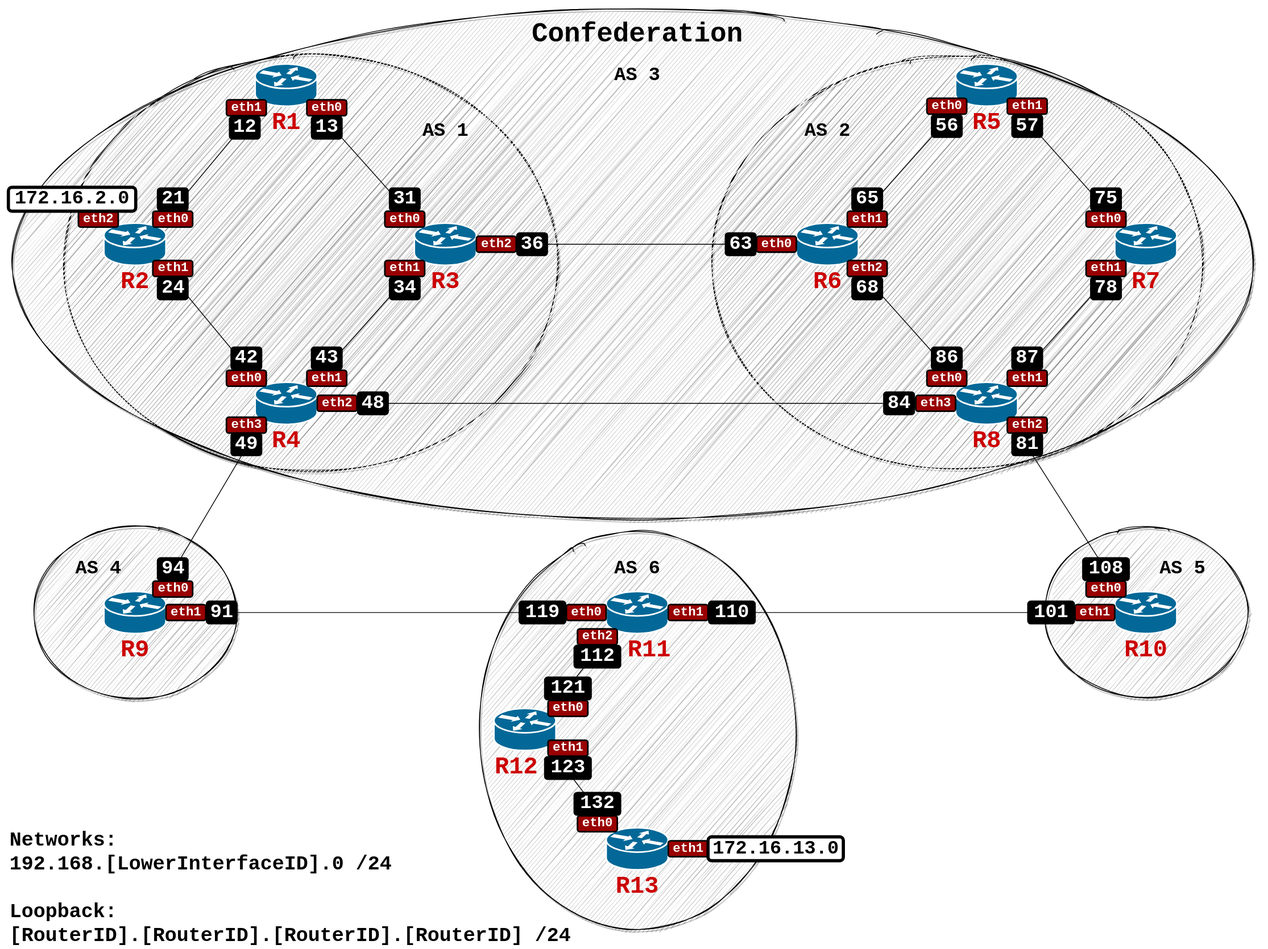
Earlier version of the draw.io export Confederation.svg (kkurczab/BGP-Route-Reflectors-and-Confederations-Kathara). Source tidied: cells renumbered, new cells last; positions are measured from the earlier drawing's top-left corner, leaving out a move shared by most shapes.
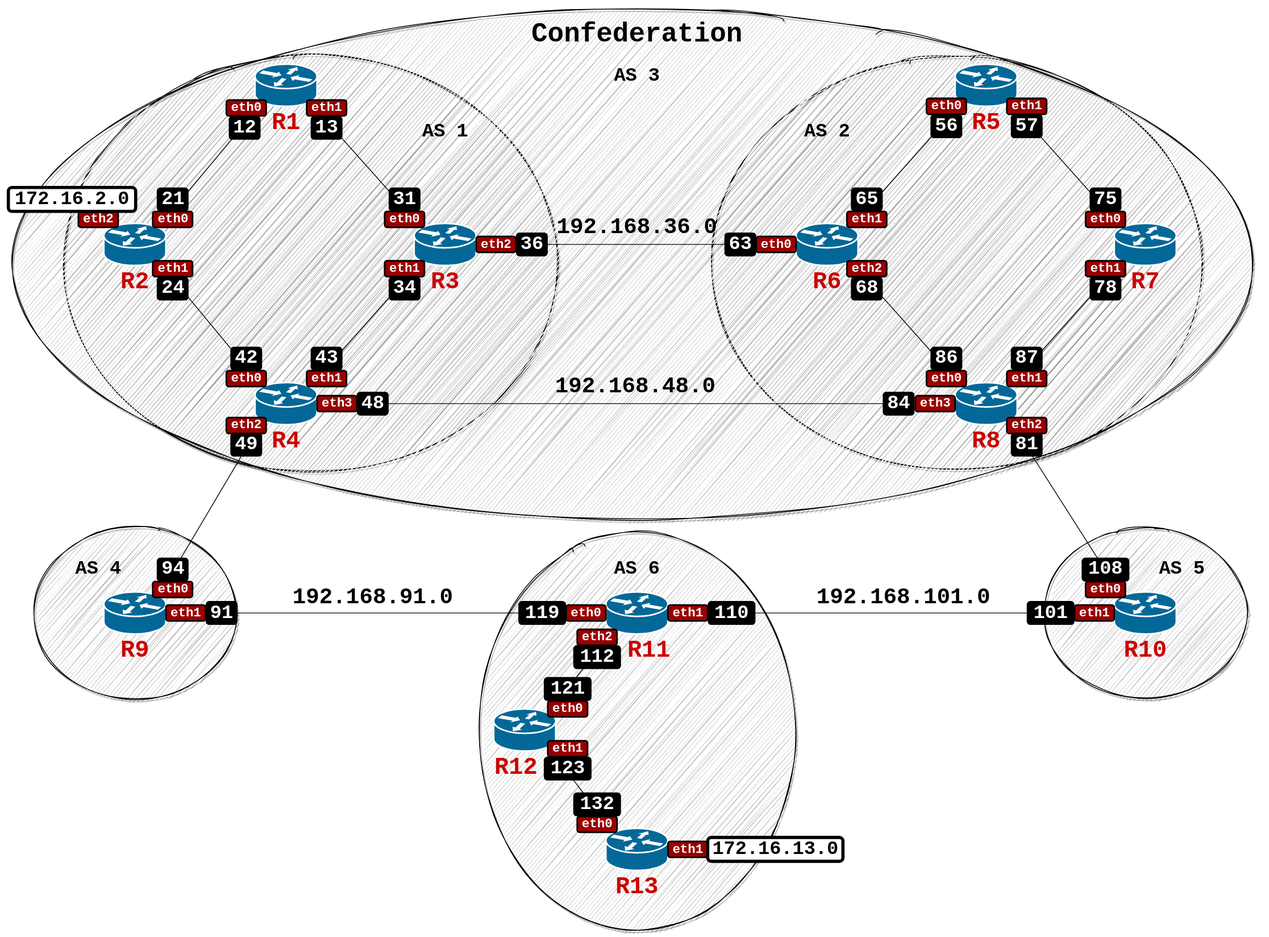
The same file after the commit.

The edit, as a diff of the source:
```diff
@@ -110,9 +110,6 @@
     <mxCell id="37" style="endArrow=none;html=1;fontSize=34;strokeColor=default;entryX=1;entryY=0.5;entryDx=0;entryDy=0;entryPerimeter=0;exitX=0;exitY=0.5;exitDx=0;exitDy=0;exitPerimeter=0;fontStyle=1;fontFamily=Courier New;startArrow=none;" parent="1" edge="1" source="66" target="15">
       <mxGeometry relative="1" as="geometry" />
     </mxCell>
-    <mxCell id="38" value="&lt;p style=&quot;margin: 0px; text-indent: 0px; font-size: 25px;&quot;&gt;Networks:&lt;/p&gt;&lt;p style=&quot;margin: 0px; text-indent: 0px; font-size: 25px;&quot;&gt;&lt;span style=&quot;font-size: 25px;&quot;&gt;192.168.[LowerInterfaceID].0 /24&lt;/span&gt;&lt;/p&gt;&lt;p style=&quot;margin: 0px; text-indent: 0px; font-size: 25px;&quot;&gt;&lt;br style=&quot;font-size: 25px;&quot;&gt;Loopback:&lt;/p&gt;&lt;p style=&quot;margin: 0px; text-indent: 0px; font-size: 25px;&quot;&gt;[RouterID].[RouterID].[RouterID].[RouterID] /24&lt;/p&gt;" style="text;whiteSpace=wrap;html=1;fontSize=25;fontFamily=Courier New;fontStyle=1;" parent="1" vertex="1">
-      <mxGeometry x="10" y="1034.5" width="722" height="157" as="geometry" />
-    </mxCell>
     <mxCell id="39" value="AS 3" style="text;html=1;align=center;verticalAlign=middle;strokeColor=none;fillColor=none;fontSize=24;fontFamily=Courier New;fontStyle=1;" parent="1" vertex="1">
       <mxGeometry x="765" y="80" width="70" height="30" as="geometry" />
     </mxCell>
@@ -164,10 +161,10 @@
     <mxCell id="55" value="&lt;span&gt;&lt;font color=&quot;#cc0000&quot;&gt;R13&lt;/font&gt;&lt;/span&gt;" style="text;html=1;align=center;verticalAlign=middle;strokeColor=none;fillColor=none;fontSize=30;fontFamily=Courier New;fontStyle=1;" parent="1" vertex="1">
       <mxGeometry x="765" y="1093" width="70" height="40" as="geometry" />
     </mxCell>
-    <mxCell id="56" value="eth1" style="text;align=center;verticalAlign=middle;strokeColor=default;fillColor=#990000;labelBackgroundColor=none;labelBorderColor=none;fontFamily=Courier New;fontColor=#ffffff;rounded=1;fontStyle=1;fontSize=16;glass=0;shadow=0;sketch=0;strokeWidth=2;gradientColor=none;html=1;" parent="1" vertex="1">
+    <mxCell id="56" value="eth0" style="text;align=center;verticalAlign=middle;strokeColor=default;fillColor=#990000;labelBackgroundColor=none;labelBorderColor=none;fontFamily=Courier New;fontColor=#ffffff;rounded=1;fontStyle=1;fontSize=16;glass=0;shadow=0;sketch=0;strokeWidth=2;gradientColor=none;html=1;" parent="1" vertex="1">
       <mxGeometry x="284" y="125" width="50" height="20" as="geometry" />
     </mxCell>
-    <mxCell id="57" value="eth0" style="text;align=center;verticalAlign=middle;strokeColor=default;fillColor=#990000;labelBackgroundColor=none;labelBorderColor=none;fontFamily=Courier New;fontColor=#ffffff;rounded=1;fontStyle=1;fontSize=16;glass=0;shadow=0;sketch=0;strokeWidth=2;gradientColor=none;html=1;" parent="1" vertex="1">
+    <mxCell id="57" value="eth1" style="text;align=center;verticalAlign=middle;strokeColor=default;fillColor=#990000;labelBackgroundColor=none;labelBorderColor=none;fontFamily=Courier New;fontColor=#ffffff;rounded=1;fontStyle=1;fontSize=16;glass=0;shadow=0;sketch=0;strokeWidth=2;gradientColor=none;html=1;" parent="1" vertex="1">
       <mxGeometry x="385" y="125" width="50" height="20" as="geometry" />
     </mxCell>
     <mxCell id="58" value="eth1" style="text;align=center;verticalAlign=middle;strokeColor=default;fillColor=#990000;labelBackgroundColor=none;labelBorderColor=none;fontFamily=Courier New;fontColor=#ffffff;rounded=1;fontStyle=1;fontSize=16;glass=0;shadow=0;sketch=0;strokeWidth=2;gradientColor=none;html=1;" parent="1" vertex="1">
@@ -194,13 +191,13 @@
     <mxCell id="65" value="eth1" style="text;align=center;verticalAlign=middle;strokeColor=default;fillColor=#990000;labelBackgroundColor=none;labelBorderColor=none;fontFamily=Courier New;fontColor=#ffffff;rounded=1;fontStyle=1;fontSize=16;glass=0;shadow=0;sketch=0;strokeWidth=2;gradientColor=none;html=1;" parent="1" vertex="1">
       <mxGeometry x="385" y="465" width="50" height="20" as="geometry" />
     </mxCell>
-    <mxCell id="66" value="eth2" style="text;align=center;verticalAlign=middle;points=[];strokeColor=default;fillColor=#990000;labelBackgroundColor=none;labelBorderColor=none;fontFamily=Courier New;fontColor=#ffffff;rounded=1;fontStyle=1;fontSize=16;glass=0;shadow=0;sketch=0;strokeWidth=2;gradientColor=none;html=1;" parent="1" vertex="1">
+    <mxCell id="66" value="eth3" style="text;align=center;verticalAlign=middle;points=[];strokeColor=default;fillColor=#990000;labelBackgroundColor=none;labelBorderColor=none;fontFamily=Courier New;fontColor=#ffffff;rounded=1;fontStyle=1;fontSize=16;glass=0;shadow=0;sketch=0;strokeWidth=2;gradientColor=none;html=1;" parent="1" vertex="1">
       <mxGeometry x="398" y="496.5" width="50" height="20" as="geometry" />
     </mxCell>
     <mxCell id="67" style="endArrow=none;html=1;fontSize=34;strokeColor=default;entryX=1;entryY=0.5;entryDx=0;entryDy=0;entryPerimeter=0;exitX=0;exitY=0.5;exitDx=0;exitDy=0;exitPerimeter=0;fontStyle=1;fontFamily=Courier New;" parent="1" edge="1" source="14" target="66">
       <mxGeometry relative="1" as="geometry" />
     </mxCell>
-    <mxCell id="68" value="eth3" style="text;align=center;verticalAlign=middle;strokeColor=default;fillColor=#990000;labelBackgroundColor=none;labelBorderColor=none;fontFamily=Courier New;fontColor=#ffffff;rounded=1;fontStyle=1;fontSize=16;glass=0;shadow=0;sketch=0;strokeWidth=2;gradientColor=none;html=1;" parent="1" vertex="1">
+    <mxCell id="68" value="eth2" style="text;align=center;verticalAlign=middle;strokeColor=default;fillColor=#990000;labelBackgroundColor=none;labelBorderColor=none;fontFamily=Courier New;fontColor=#ffffff;rounded=1;fontStyle=1;fontSize=16;glass=0;shadow=0;sketch=0;strokeWidth=2;gradientColor=none;html=1;" parent="1" vertex="1">
       <mxGeometry x="284" y="524" width="50" height="20" as="geometry" />
     </mxCell>
     <mxCell id="69" value="eth1" style="text;align=center;verticalAlign=middle;strokeColor=default;fillColor=#990000;labelBackgroundColor=none;labelBorderColor=none;fontFamily=Courier New;fontColor=#ffffff;rounded=1;fontStyle=1;fontSize=16;glass=0;shadow=0;sketch=0;strokeWidth=2;gradientColor=none;html=1;" parent="1" vertex="1">
@@ -383,5 +380,17 @@
     <mxCell id="128" value="AS 2" style="text;html=1;align=center;verticalAlign=middle;strokeColor=none;fillColor=none;fontSize=24;fontFamily=Courier New;fontStyle=1;" parent="1" vertex="1">
       <mxGeometry x="1004" y="150" width="70" height="30" as="geometry" />
     </mxCell>
+    <mxCell id="129" value="&lt;font style=&quot;font-size: 28px&quot;&gt;192.168.36.0&lt;/font&gt;" style="text;html=1;align=center;verticalAlign=middle;strokeColor=none;fillColor=none;fontSize=24;fontFamily=Courier New;fontStyle=1;" parent="1" vertex="1">
+      <mxGeometry x="690" y="265" width="220" height="40" as="geometry" />
+    </mxCell>
+    <mxCell id="130" value="&lt;font style=&quot;font-size: 28px&quot;&gt;192.168.48.0&lt;/font&gt;" style="text;html=1;align=center;verticalAlign=middle;strokeColor=none;fillColor=none;fontSize=24;fontFamily=Courier New;fontStyle=1;" parent="1" vertex="1">
+      <mxGeometry x="688" y="465" width="220" height="40" as="geometry" />
+    </mxCell>
+    <mxCell id="131" value="&lt;font style=&quot;font-size: 28px&quot;&gt;192.168.91.0&lt;/font&gt;" style="text;html=1;align=center;verticalAlign=middle;strokeColor=none;fillColor=none;fontSize=24;fontFamily=Courier New;fontStyle=1;" parent="1" vertex="1">
+      <mxGeometry x="358" y="730" width="220" height="40" as="geometry" />
+    </mxCell>
+    <mxCell id="132" value="&lt;font style=&quot;font-size: 28px&quot;&gt;192.168.101.0&lt;/font&gt;" style="text;html=1;align=center;verticalAlign=middle;strokeColor=none;fillColor=none;fontSize=24;fontFamily=Courier New;fontStyle=1;" parent="1" vertex="1">
+      <mxGeometry x="1020" y="730" width="230" height="40" as="geometry" />
+    </mxCell>
   </root>
 </mxGraphModel>
```
